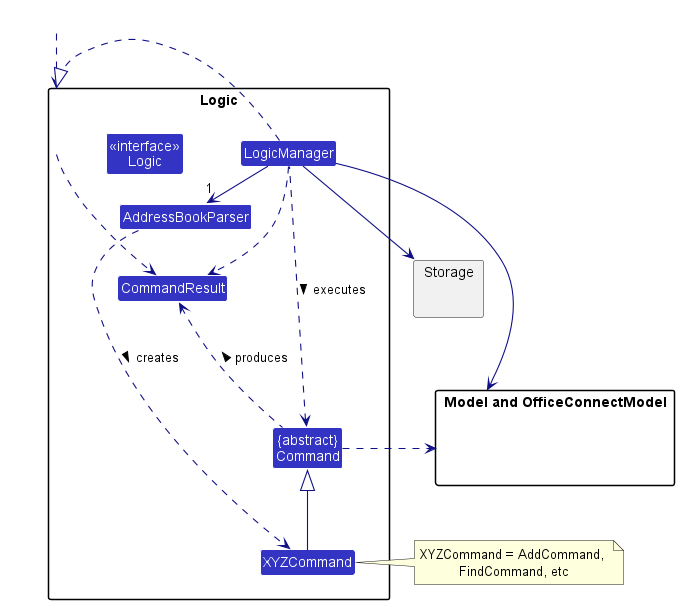
Earlier version of the PlantUML export docs/images/LogicClassDiagram.png (nus-cs2103-AY2223S2/tp).
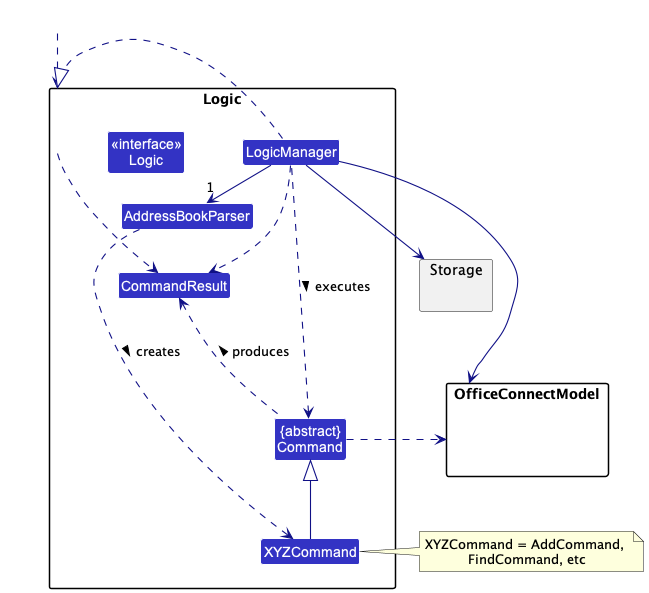
Above is the later version.

Change to the diagram source:
```diff
@@ -16,7 +16,7 @@
 Class LogicManager
 }
 
-package "Model and OfficeConnectModel" as Model{
+package "OfficeConnectModel" as Model{
 Class HiddenModel #FFFFFF
 }
 
```
